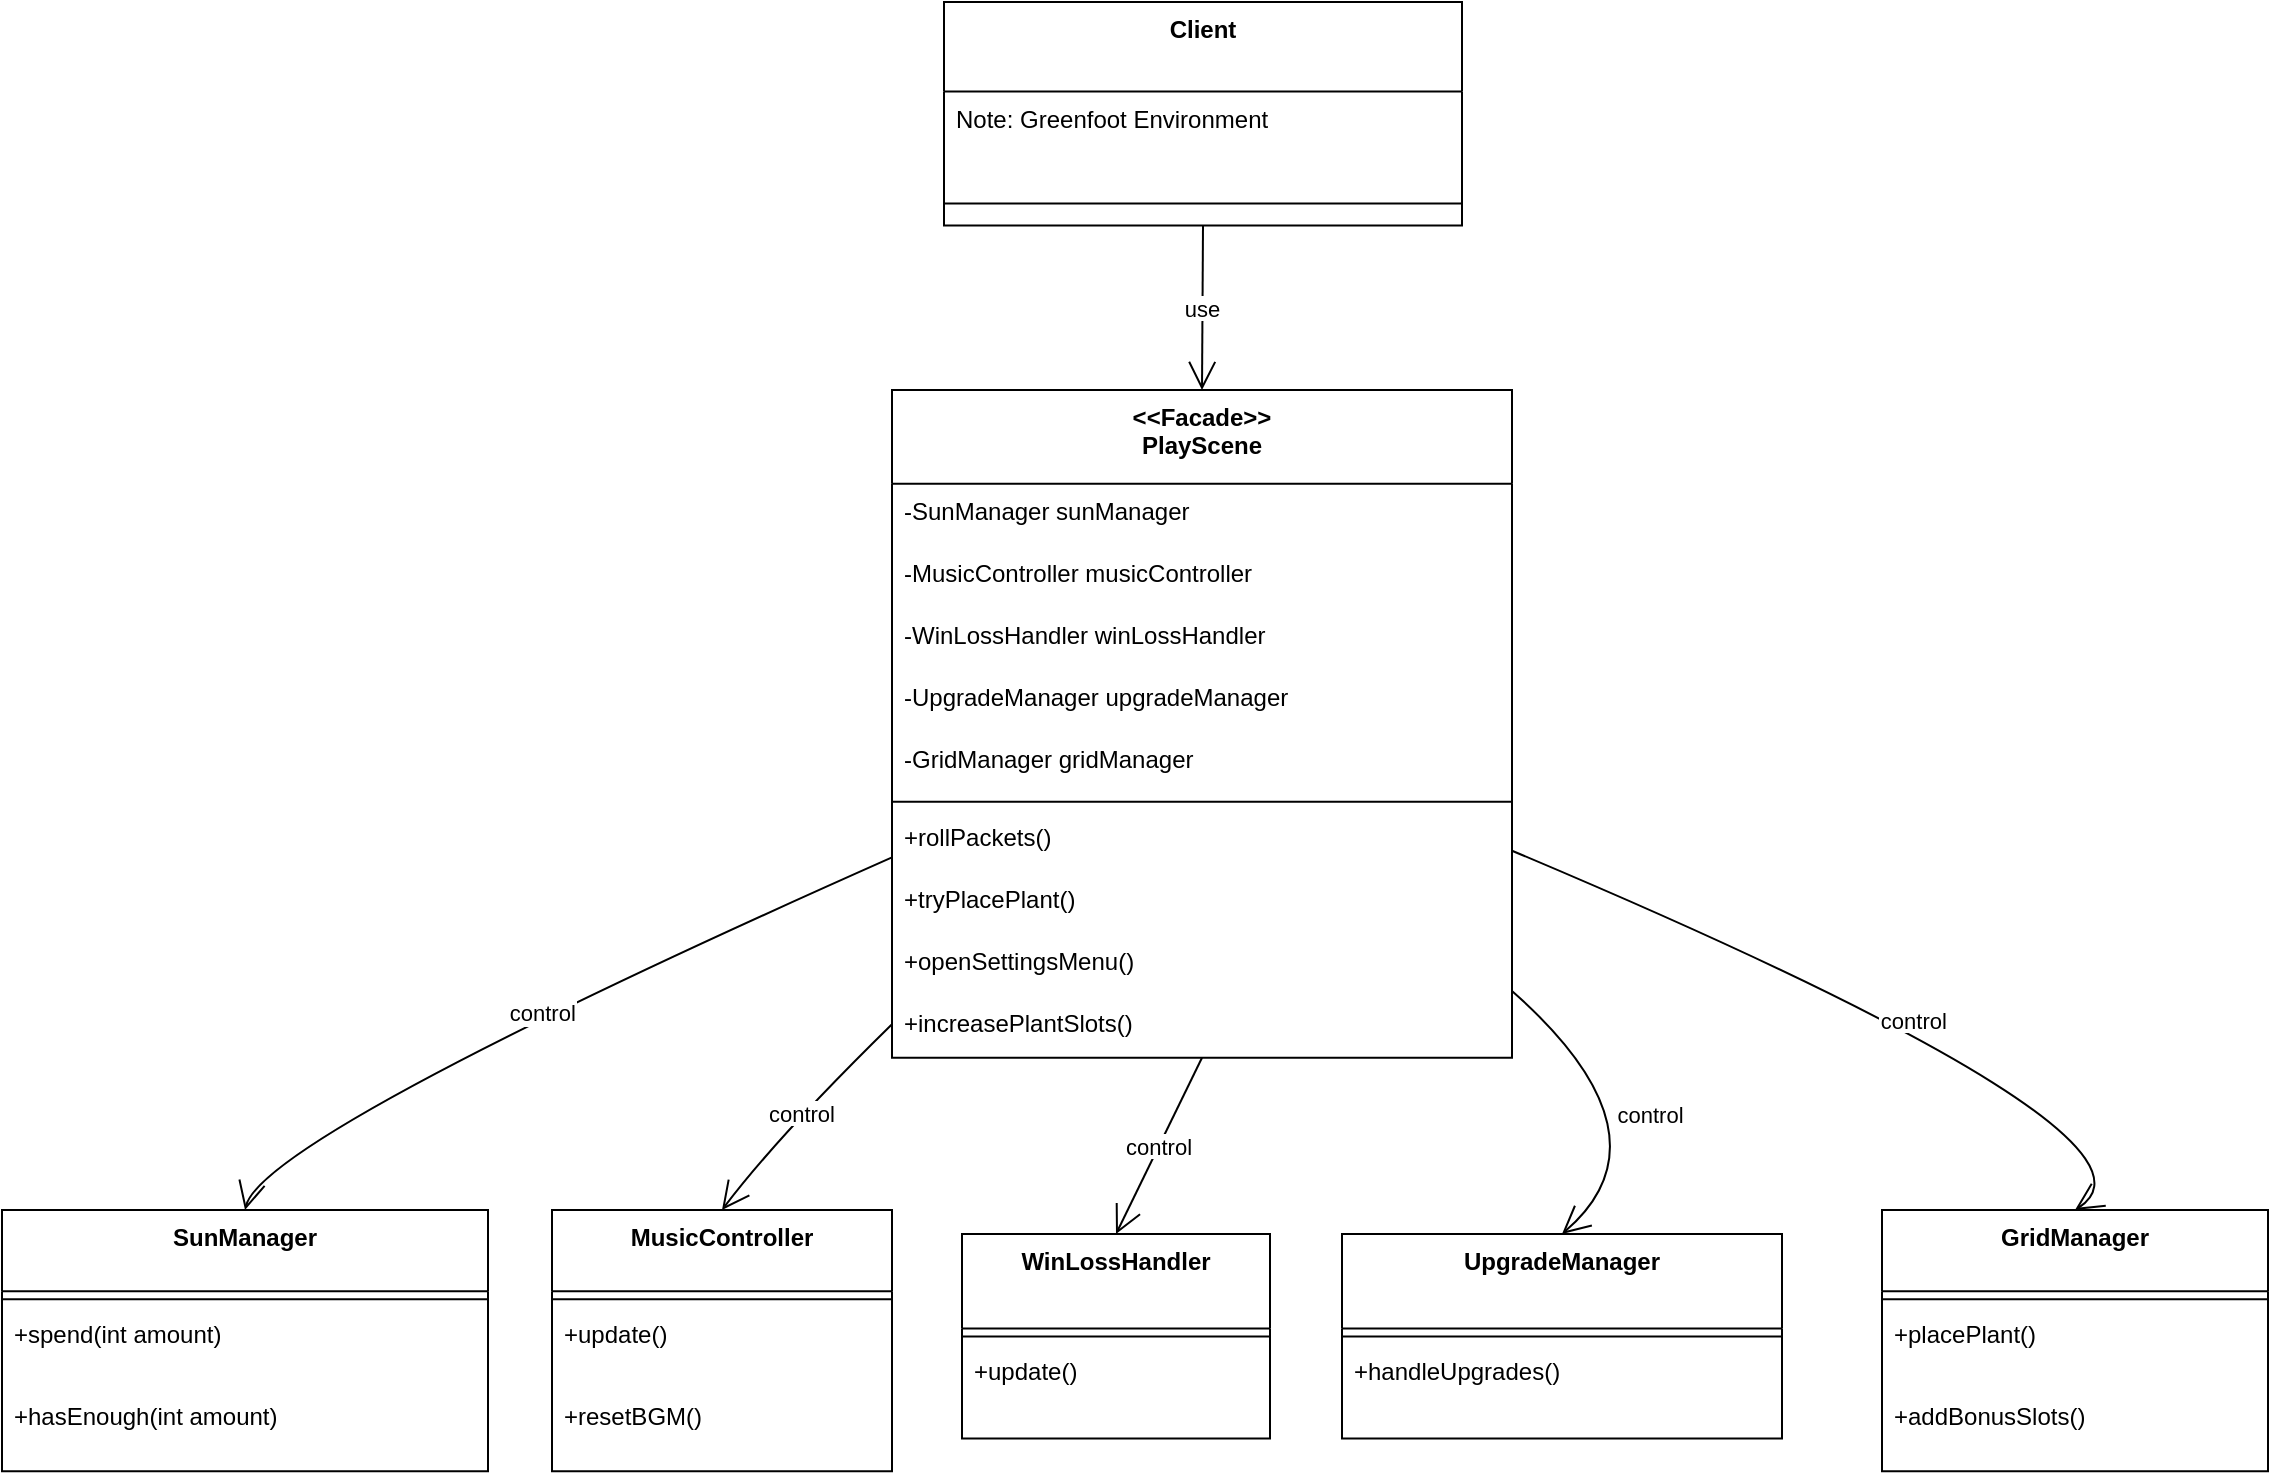
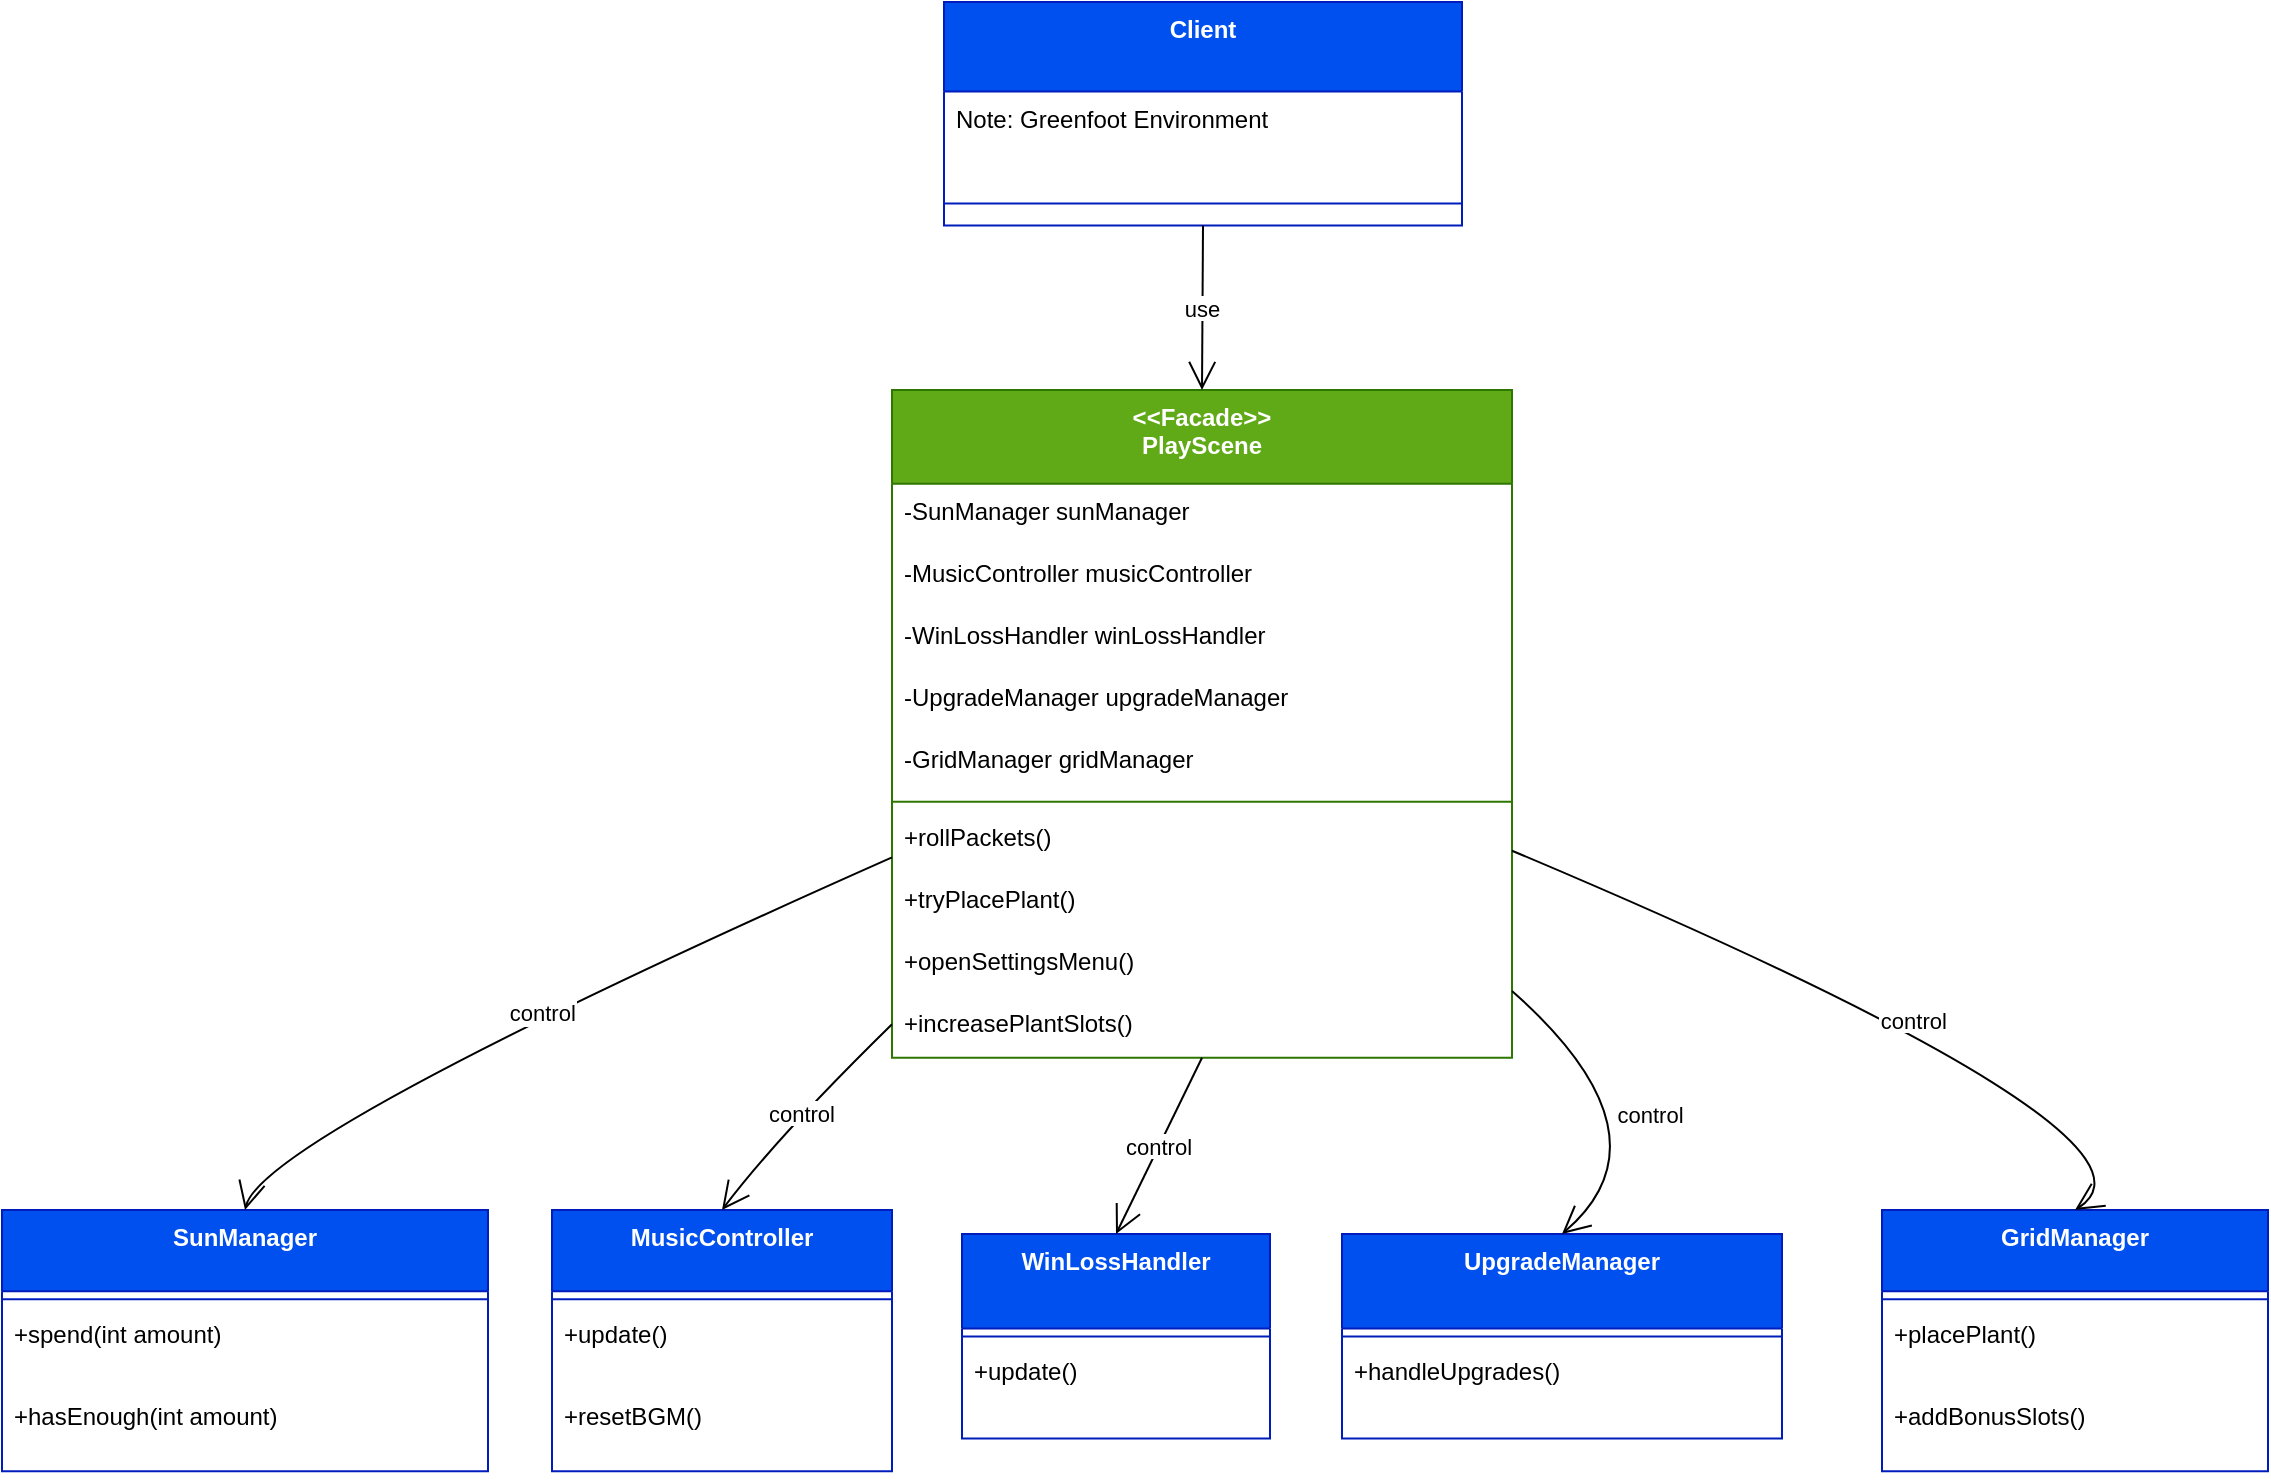
<mxfile host="Electron" agent="Mozilla/5.0 (Windows NT 10.0; Win64; x64) AppleWebKit/537.36 (KHTML, like Gecko) draw.io/29.0.3 Chrome/140.0.7339.249 Electron/38.7.0 Safari/537.36" version="29.0.3">
  <diagram name="Page-1" id="mMmIyY0FYkspF3qQgtqP">
-     <mxGraphModel dx="906" dy="544" grid="1" gridSize="10" guides="1" tooltips="1" connect="1" arrows="1" fold="1" page="1" pageScale="1" pageWidth="583" pageHeight="827" math="0" shadow="0">
+     <mxGraphModel dx="1209" dy="719" grid="1" gridSize="10" guides="1" tooltips="1" connect="1" arrows="1" fold="1" page="1" pageScale="1" pageWidth="583" pageHeight="827" math="0" shadow="0">
      <root>
        <mxCell id="0" />
        <mxCell id="1" parent="0" />
-         <mxCell id="8HZGV4tDgB-MBp7csrcl-1" value="&lt;&lt;Facade&gt;&gt;&#xa;PlayScene" style="swimlane;fontStyle=1;align=center;verticalAlign=top;childLayout=stackLayout;horizontal=1;startSize=46.857142857142854;horizontalStack=0;resizeParent=1;resizeParentMax=0;resizeLast=0;collapsible=0;marginBottom=0;" vertex="1" parent="1">
+         <mxCell id="8HZGV4tDgB-MBp7csrcl-1" value="&lt;&lt;Facade&gt;&gt;&#xa;PlayScene" style="swimlane;fontStyle=1;align=center;verticalAlign=top;childLayout=stackLayout;horizontal=1;startSize=46.857142857142854;horizontalStack=0;resizeParent=1;resizeParentMax=0;resizeLast=0;collapsible=0;marginBottom=0;fillColor=#60a917;fontColor=#ffffff;strokeColor=#2D7600;" parent="1" vertex="1">
          <mxGeometry x="455" y="214" width="310" height="333.8571428571429" as="geometry" />
        </mxCell>
-         <mxCell id="8HZGV4tDgB-MBp7csrcl-2" value="-SunManager sunManager" style="text;strokeColor=none;fillColor=none;align=left;verticalAlign=top;spacingLeft=4;spacingRight=4;overflow=hidden;rotatable=0;points=[[0,0.5],[1,0.5]];portConstraint=eastwest;" vertex="1" parent="8HZGV4tDgB-MBp7csrcl-1">
+         <mxCell id="8HZGV4tDgB-MBp7csrcl-2" value="-SunManager sunManager" style="text;strokeColor=none;fillColor=none;align=left;verticalAlign=top;spacingLeft=4;spacingRight=4;overflow=hidden;rotatable=0;points=[[0,0.5],[1,0.5]];portConstraint=eastwest;" parent="8HZGV4tDgB-MBp7csrcl-1" vertex="1">
          <mxGeometry y="46.857142857142854" width="310" height="31" as="geometry" />
        </mxCell>
-         <mxCell id="8HZGV4tDgB-MBp7csrcl-3" value="-MusicController musicController" style="text;strokeColor=none;fillColor=none;align=left;verticalAlign=top;spacingLeft=4;spacingRight=4;overflow=hidden;rotatable=0;points=[[0,0.5],[1,0.5]];portConstraint=eastwest;" vertex="1" parent="8HZGV4tDgB-MBp7csrcl-1">
+         <mxCell id="8HZGV4tDgB-MBp7csrcl-3" value="-MusicController musicController" style="text;strokeColor=none;fillColor=none;align=left;verticalAlign=top;spacingLeft=4;spacingRight=4;overflow=hidden;rotatable=0;points=[[0,0.5],[1,0.5]];portConstraint=eastwest;" parent="8HZGV4tDgB-MBp7csrcl-1" vertex="1">
          <mxGeometry y="77.85714285714286" width="310" height="31" as="geometry" />
        </mxCell>
-         <mxCell id="8HZGV4tDgB-MBp7csrcl-4" value="-WinLossHandler winLossHandler" style="text;strokeColor=none;fillColor=none;align=left;verticalAlign=top;spacingLeft=4;spacingRight=4;overflow=hidden;rotatable=0;points=[[0,0.5],[1,0.5]];portConstraint=eastwest;" vertex="1" parent="8HZGV4tDgB-MBp7csrcl-1">
+         <mxCell id="8HZGV4tDgB-MBp7csrcl-4" value="-WinLossHandler winLossHandler" style="text;strokeColor=none;fillColor=none;align=left;verticalAlign=top;spacingLeft=4;spacingRight=4;overflow=hidden;rotatable=0;points=[[0,0.5],[1,0.5]];portConstraint=eastwest;" parent="8HZGV4tDgB-MBp7csrcl-1" vertex="1">
          <mxGeometry y="108.85714285714286" width="310" height="31" as="geometry" />
        </mxCell>
-         <mxCell id="8HZGV4tDgB-MBp7csrcl-5" value="-UpgradeManager upgradeManager" style="text;strokeColor=none;fillColor=none;align=left;verticalAlign=top;spacingLeft=4;spacingRight=4;overflow=hidden;rotatable=0;points=[[0,0.5],[1,0.5]];portConstraint=eastwest;" vertex="1" parent="8HZGV4tDgB-MBp7csrcl-1">
+         <mxCell id="8HZGV4tDgB-MBp7csrcl-5" value="-UpgradeManager upgradeManager" style="text;strokeColor=none;fillColor=none;align=left;verticalAlign=top;spacingLeft=4;spacingRight=4;overflow=hidden;rotatable=0;points=[[0,0.5],[1,0.5]];portConstraint=eastwest;" parent="8HZGV4tDgB-MBp7csrcl-1" vertex="1">
          <mxGeometry y="139.85714285714286" width="310" height="31" as="geometry" />
        </mxCell>
-         <mxCell id="8HZGV4tDgB-MBp7csrcl-6" value="-GridManager gridManager" style="text;strokeColor=none;fillColor=none;align=left;verticalAlign=top;spacingLeft=4;spacingRight=4;overflow=hidden;rotatable=0;points=[[0,0.5],[1,0.5]];portConstraint=eastwest;" vertex="1" parent="8HZGV4tDgB-MBp7csrcl-1">
+         <mxCell id="8HZGV4tDgB-MBp7csrcl-6" value="-GridManager gridManager" style="text;strokeColor=none;fillColor=none;align=left;verticalAlign=top;spacingLeft=4;spacingRight=4;overflow=hidden;rotatable=0;points=[[0,0.5],[1,0.5]];portConstraint=eastwest;" parent="8HZGV4tDgB-MBp7csrcl-1" vertex="1">
          <mxGeometry y="170.85714285714286" width="310" height="31" as="geometry" />
        </mxCell>
-         <mxCell id="8HZGV4tDgB-MBp7csrcl-7" style="line;strokeWidth=1;fillColor=none;align=left;verticalAlign=middle;spacingTop=-1;spacingLeft=3;spacingRight=3;rotatable=0;labelPosition=right;points=[];portConstraint=eastwest;strokeColor=inherit;" vertex="1" parent="8HZGV4tDgB-MBp7csrcl-1">
+         <mxCell id="8HZGV4tDgB-MBp7csrcl-7" style="line;strokeWidth=1;fillColor=none;align=left;verticalAlign=middle;spacingTop=-1;spacingLeft=3;spacingRight=3;rotatable=0;labelPosition=right;points=[];portConstraint=eastwest;strokeColor=inherit;" parent="8HZGV4tDgB-MBp7csrcl-1" vertex="1">
          <mxGeometry y="201.85714285714286" width="310" height="8" as="geometry" />
        </mxCell>
-         <mxCell id="8HZGV4tDgB-MBp7csrcl-8" value="+rollPackets()" style="text;strokeColor=none;fillColor=none;align=left;verticalAlign=top;spacingLeft=4;spacingRight=4;overflow=hidden;rotatable=0;points=[[0,0.5],[1,0.5]];portConstraint=eastwest;" vertex="1" parent="8HZGV4tDgB-MBp7csrcl-1">
+         <mxCell id="8HZGV4tDgB-MBp7csrcl-8" value="+rollPackets()" style="text;strokeColor=none;fillColor=none;align=left;verticalAlign=top;spacingLeft=4;spacingRight=4;overflow=hidden;rotatable=0;points=[[0,0.5],[1,0.5]];portConstraint=eastwest;" parent="8HZGV4tDgB-MBp7csrcl-1" vertex="1">
          <mxGeometry y="209.85714285714286" width="310" height="31" as="geometry" />
        </mxCell>
-         <mxCell id="8HZGV4tDgB-MBp7csrcl-9" value="+tryPlacePlant()" style="text;strokeColor=none;fillColor=none;align=left;verticalAlign=top;spacingLeft=4;spacingRight=4;overflow=hidden;rotatable=0;points=[[0,0.5],[1,0.5]];portConstraint=eastwest;" vertex="1" parent="8HZGV4tDgB-MBp7csrcl-1">
+         <mxCell id="8HZGV4tDgB-MBp7csrcl-9" value="+tryPlacePlant()" style="text;strokeColor=none;fillColor=none;align=left;verticalAlign=top;spacingLeft=4;spacingRight=4;overflow=hidden;rotatable=0;points=[[0,0.5],[1,0.5]];portConstraint=eastwest;" parent="8HZGV4tDgB-MBp7csrcl-1" vertex="1">
          <mxGeometry y="240.85714285714286" width="310" height="31" as="geometry" />
        </mxCell>
-         <mxCell id="8HZGV4tDgB-MBp7csrcl-10" value="+openSettingsMenu()" style="text;strokeColor=none;fillColor=none;align=left;verticalAlign=top;spacingLeft=4;spacingRight=4;overflow=hidden;rotatable=0;points=[[0,0.5],[1,0.5]];portConstraint=eastwest;" vertex="1" parent="8HZGV4tDgB-MBp7csrcl-1">
+         <mxCell id="8HZGV4tDgB-MBp7csrcl-10" value="+openSettingsMenu()" style="text;strokeColor=none;fillColor=none;align=left;verticalAlign=top;spacingLeft=4;spacingRight=4;overflow=hidden;rotatable=0;points=[[0,0.5],[1,0.5]];portConstraint=eastwest;" parent="8HZGV4tDgB-MBp7csrcl-1" vertex="1">
          <mxGeometry y="271.8571428571429" width="310" height="31" as="geometry" />
        </mxCell>
-         <mxCell id="8HZGV4tDgB-MBp7csrcl-11" value="+increasePlantSlots()" style="text;strokeColor=none;fillColor=none;align=left;verticalAlign=top;spacingLeft=4;spacingRight=4;overflow=hidden;rotatable=0;points=[[0,0.5],[1,0.5]];portConstraint=eastwest;" vertex="1" parent="8HZGV4tDgB-MBp7csrcl-1">
+         <mxCell id="8HZGV4tDgB-MBp7csrcl-11" value="+increasePlantSlots()" style="text;strokeColor=none;fillColor=none;align=left;verticalAlign=top;spacingLeft=4;spacingRight=4;overflow=hidden;rotatable=0;points=[[0,0.5],[1,0.5]];portConstraint=eastwest;" parent="8HZGV4tDgB-MBp7csrcl-1" vertex="1">
          <mxGeometry y="302.8571428571429" width="310" height="31" as="geometry" />
        </mxCell>
-         <mxCell id="8HZGV4tDgB-MBp7csrcl-12" value="SunManager" style="swimlane;fontStyle=1;align=center;verticalAlign=top;childLayout=stackLayout;horizontal=1;startSize=40.57142857142857;horizontalStack=0;resizeParent=1;resizeParentMax=0;resizeLast=0;collapsible=0;marginBottom=0;" vertex="1" parent="1">
+         <mxCell id="8HZGV4tDgB-MBp7csrcl-12" value="SunManager" style="swimlane;fontStyle=1;align=center;verticalAlign=top;childLayout=stackLayout;horizontal=1;startSize=40.57142857142857;horizontalStack=0;resizeParent=1;resizeParentMax=0;resizeLast=0;collapsible=0;marginBottom=0;fillColor=#0050ef;fontColor=#ffffff;strokeColor=#001DBC;" parent="1" vertex="1">
          <mxGeometry x="10" y="624" width="243" height="130.57142857142856" as="geometry" />
        </mxCell>
-         <mxCell id="8HZGV4tDgB-MBp7csrcl-13" style="line;strokeWidth=1;fillColor=none;align=left;verticalAlign=middle;spacingTop=-1;spacingLeft=3;spacingRight=3;rotatable=0;labelPosition=right;points=[];portConstraint=eastwest;strokeColor=inherit;" vertex="1" parent="8HZGV4tDgB-MBp7csrcl-12">
+         <mxCell id="8HZGV4tDgB-MBp7csrcl-13" style="line;strokeWidth=1;fillColor=none;align=left;verticalAlign=middle;spacingTop=-1;spacingLeft=3;spacingRight=3;rotatable=0;labelPosition=right;points=[];portConstraint=eastwest;strokeColor=inherit;" parent="8HZGV4tDgB-MBp7csrcl-12" vertex="1">
          <mxGeometry y="40.57142857142857" width="243" height="8" as="geometry" />
        </mxCell>
-         <mxCell id="8HZGV4tDgB-MBp7csrcl-14" value="+spend(int amount)" style="text;strokeColor=none;fillColor=none;align=left;verticalAlign=top;spacingLeft=4;spacingRight=4;overflow=hidden;rotatable=0;points=[[0,0.5],[1,0.5]];portConstraint=eastwest;" vertex="1" parent="8HZGV4tDgB-MBp7csrcl-12">
+         <mxCell id="8HZGV4tDgB-MBp7csrcl-14" value="+spend(int amount)" style="text;strokeColor=none;fillColor=none;align=left;verticalAlign=top;spacingLeft=4;spacingRight=4;overflow=hidden;rotatable=0;points=[[0,0.5],[1,0.5]];portConstraint=eastwest;" parent="8HZGV4tDgB-MBp7csrcl-12" vertex="1">
          <mxGeometry y="48.57142857142857" width="243" height="41" as="geometry" />
        </mxCell>
-         <mxCell id="8HZGV4tDgB-MBp7csrcl-15" value="+hasEnough(int amount)" style="text;strokeColor=none;fillColor=none;align=left;verticalAlign=top;spacingLeft=4;spacingRight=4;overflow=hidden;rotatable=0;points=[[0,0.5],[1,0.5]];portConstraint=eastwest;" vertex="1" parent="8HZGV4tDgB-MBp7csrcl-12">
+         <mxCell id="8HZGV4tDgB-MBp7csrcl-15" value="+hasEnough(int amount)" style="text;strokeColor=none;fillColor=none;align=left;verticalAlign=top;spacingLeft=4;spacingRight=4;overflow=hidden;rotatable=0;points=[[0,0.5],[1,0.5]];portConstraint=eastwest;" parent="8HZGV4tDgB-MBp7csrcl-12" vertex="1">
          <mxGeometry y="89.57142857142857" width="243" height="41" as="geometry" />
        </mxCell>
-         <mxCell id="8HZGV4tDgB-MBp7csrcl-16" value="MusicController" style="swimlane;fontStyle=1;align=center;verticalAlign=top;childLayout=stackLayout;horizontal=1;startSize=40.57142857142857;horizontalStack=0;resizeParent=1;resizeParentMax=0;resizeLast=0;collapsible=0;marginBottom=0;" vertex="1" parent="1">
+         <mxCell id="8HZGV4tDgB-MBp7csrcl-16" value="MusicController" style="swimlane;fontStyle=1;align=center;verticalAlign=top;childLayout=stackLayout;horizontal=1;startSize=40.57142857142857;horizontalStack=0;resizeParent=1;resizeParentMax=0;resizeLast=0;collapsible=0;marginBottom=0;fillColor=#0050ef;fontColor=#ffffff;strokeColor=#001DBC;" parent="1" vertex="1">
          <mxGeometry x="285" y="624" width="170" height="130.57142857142856" as="geometry" />
        </mxCell>
-         <mxCell id="8HZGV4tDgB-MBp7csrcl-17" style="line;strokeWidth=1;fillColor=none;align=left;verticalAlign=middle;spacingTop=-1;spacingLeft=3;spacingRight=3;rotatable=0;labelPosition=right;points=[];portConstraint=eastwest;strokeColor=inherit;" vertex="1" parent="8HZGV4tDgB-MBp7csrcl-16">
+         <mxCell id="8HZGV4tDgB-MBp7csrcl-17" style="line;strokeWidth=1;fillColor=none;align=left;verticalAlign=middle;spacingTop=-1;spacingLeft=3;spacingRight=3;rotatable=0;labelPosition=right;points=[];portConstraint=eastwest;strokeColor=inherit;" parent="8HZGV4tDgB-MBp7csrcl-16" vertex="1">
          <mxGeometry y="40.57142857142857" width="170" height="8" as="geometry" />
        </mxCell>
-         <mxCell id="8HZGV4tDgB-MBp7csrcl-18" value="+update()" style="text;strokeColor=none;fillColor=none;align=left;verticalAlign=top;spacingLeft=4;spacingRight=4;overflow=hidden;rotatable=0;points=[[0,0.5],[1,0.5]];portConstraint=eastwest;" vertex="1" parent="8HZGV4tDgB-MBp7csrcl-16">
+         <mxCell id="8HZGV4tDgB-MBp7csrcl-18" value="+update()" style="text;strokeColor=none;fillColor=none;align=left;verticalAlign=top;spacingLeft=4;spacingRight=4;overflow=hidden;rotatable=0;points=[[0,0.5],[1,0.5]];portConstraint=eastwest;" parent="8HZGV4tDgB-MBp7csrcl-16" vertex="1">
          <mxGeometry y="48.57142857142857" width="170" height="41" as="geometry" />
        </mxCell>
-         <mxCell id="8HZGV4tDgB-MBp7csrcl-19" value="+resetBGM()" style="text;strokeColor=none;fillColor=none;align=left;verticalAlign=top;spacingLeft=4;spacingRight=4;overflow=hidden;rotatable=0;points=[[0,0.5],[1,0.5]];portConstraint=eastwest;" vertex="1" parent="8HZGV4tDgB-MBp7csrcl-16">
+         <mxCell id="8HZGV4tDgB-MBp7csrcl-19" value="+resetBGM()" style="text;strokeColor=none;fillColor=none;align=left;verticalAlign=top;spacingLeft=4;spacingRight=4;overflow=hidden;rotatable=0;points=[[0,0.5],[1,0.5]];portConstraint=eastwest;" parent="8HZGV4tDgB-MBp7csrcl-16" vertex="1">
          <mxGeometry y="89.57142857142857" width="170" height="41" as="geometry" />
        </mxCell>
-         <mxCell id="8HZGV4tDgB-MBp7csrcl-20" value="WinLossHandler" style="swimlane;fontStyle=1;align=center;verticalAlign=top;childLayout=stackLayout;horizontal=1;startSize=47.2;horizontalStack=0;resizeParent=1;resizeParentMax=0;resizeLast=0;collapsible=0;marginBottom=0;" vertex="1" parent="1">
+         <mxCell id="8HZGV4tDgB-MBp7csrcl-20" value="WinLossHandler" style="swimlane;fontStyle=1;align=center;verticalAlign=top;childLayout=stackLayout;horizontal=1;startSize=47.2;horizontalStack=0;resizeParent=1;resizeParentMax=0;resizeLast=0;collapsible=0;marginBottom=0;fillColor=#0050ef;fontColor=#ffffff;strokeColor=#001DBC;" parent="1" vertex="1">
          <mxGeometry x="490" y="636" width="154" height="102.2" as="geometry" />
        </mxCell>
-         <mxCell id="8HZGV4tDgB-MBp7csrcl-21" style="line;strokeWidth=1;fillColor=none;align=left;verticalAlign=middle;spacingTop=-1;spacingLeft=3;spacingRight=3;rotatable=0;labelPosition=right;points=[];portConstraint=eastwest;strokeColor=inherit;" vertex="1" parent="8HZGV4tDgB-MBp7csrcl-20">
+         <mxCell id="8HZGV4tDgB-MBp7csrcl-21" style="line;strokeWidth=1;fillColor=none;align=left;verticalAlign=middle;spacingTop=-1;spacingLeft=3;spacingRight=3;rotatable=0;labelPosition=right;points=[];portConstraint=eastwest;strokeColor=inherit;" parent="8HZGV4tDgB-MBp7csrcl-20" vertex="1">
          <mxGeometry y="47.2" width="154" height="8" as="geometry" />
        </mxCell>
-         <mxCell id="8HZGV4tDgB-MBp7csrcl-22" value="+update()" style="text;strokeColor=none;fillColor=none;align=left;verticalAlign=top;spacingLeft=4;spacingRight=4;overflow=hidden;rotatable=0;points=[[0,0.5],[1,0.5]];portConstraint=eastwest;" vertex="1" parent="8HZGV4tDgB-MBp7csrcl-20">
+         <mxCell id="8HZGV4tDgB-MBp7csrcl-22" value="+update()" style="text;strokeColor=none;fillColor=none;align=left;verticalAlign=top;spacingLeft=4;spacingRight=4;overflow=hidden;rotatable=0;points=[[0,0.5],[1,0.5]];portConstraint=eastwest;" parent="8HZGV4tDgB-MBp7csrcl-20" vertex="1">
          <mxGeometry y="55.2" width="154" height="47" as="geometry" />
        </mxCell>
-         <mxCell id="8HZGV4tDgB-MBp7csrcl-23" value="UpgradeManager" style="swimlane;fontStyle=1;align=center;verticalAlign=top;childLayout=stackLayout;horizontal=1;startSize=47.2;horizontalStack=0;resizeParent=1;resizeParentMax=0;resizeLast=0;collapsible=0;marginBottom=0;" vertex="1" parent="1">
+         <mxCell id="8HZGV4tDgB-MBp7csrcl-23" value="UpgradeManager" style="swimlane;fontStyle=1;align=center;verticalAlign=top;childLayout=stackLayout;horizontal=1;startSize=47.2;horizontalStack=0;resizeParent=1;resizeParentMax=0;resizeLast=0;collapsible=0;marginBottom=0;fillColor=#0050ef;fontColor=#ffffff;strokeColor=#001DBC;" parent="1" vertex="1">
          <mxGeometry x="680" y="636" width="220" height="102.2" as="geometry" />
        </mxCell>
-         <mxCell id="8HZGV4tDgB-MBp7csrcl-24" style="line;strokeWidth=1;fillColor=none;align=left;verticalAlign=middle;spacingTop=-1;spacingLeft=3;spacingRight=3;rotatable=0;labelPosition=right;points=[];portConstraint=eastwest;strokeColor=inherit;" vertex="1" parent="8HZGV4tDgB-MBp7csrcl-23">
+         <mxCell id="8HZGV4tDgB-MBp7csrcl-24" style="line;strokeWidth=1;fillColor=none;align=left;verticalAlign=middle;spacingTop=-1;spacingLeft=3;spacingRight=3;rotatable=0;labelPosition=right;points=[];portConstraint=eastwest;strokeColor=inherit;" parent="8HZGV4tDgB-MBp7csrcl-23" vertex="1">
          <mxGeometry y="47.2" width="220" height="8" as="geometry" />
        </mxCell>
-         <mxCell id="8HZGV4tDgB-MBp7csrcl-25" value="+handleUpgrades()" style="text;strokeColor=none;fillColor=none;align=left;verticalAlign=top;spacingLeft=4;spacingRight=4;overflow=hidden;rotatable=0;points=[[0,0.5],[1,0.5]];portConstraint=eastwest;" vertex="1" parent="8HZGV4tDgB-MBp7csrcl-23">
+         <mxCell id="8HZGV4tDgB-MBp7csrcl-25" value="+handleUpgrades()" style="text;strokeColor=none;fillColor=none;align=left;verticalAlign=top;spacingLeft=4;spacingRight=4;overflow=hidden;rotatable=0;points=[[0,0.5],[1,0.5]];portConstraint=eastwest;" parent="8HZGV4tDgB-MBp7csrcl-23" vertex="1">
          <mxGeometry y="55.2" width="220" height="47" as="geometry" />
        </mxCell>
-         <mxCell id="8HZGV4tDgB-MBp7csrcl-26" value="GridManager" style="swimlane;fontStyle=1;align=center;verticalAlign=top;childLayout=stackLayout;horizontal=1;startSize=40.57142857142857;horizontalStack=0;resizeParent=1;resizeParentMax=0;resizeLast=0;collapsible=0;marginBottom=0;" vertex="1" parent="1">
+         <mxCell id="8HZGV4tDgB-MBp7csrcl-26" value="GridManager" style="swimlane;fontStyle=1;align=center;verticalAlign=top;childLayout=stackLayout;horizontal=1;startSize=40.57142857142857;horizontalStack=0;resizeParent=1;resizeParentMax=0;resizeLast=0;collapsible=0;marginBottom=0;fillColor=#0050ef;fontColor=#ffffff;strokeColor=#001DBC;" parent="1" vertex="1">
          <mxGeometry x="950" y="624" width="193" height="130.57142857142856" as="geometry" />
        </mxCell>
-         <mxCell id="8HZGV4tDgB-MBp7csrcl-27" style="line;strokeWidth=1;fillColor=none;align=left;verticalAlign=middle;spacingTop=-1;spacingLeft=3;spacingRight=3;rotatable=0;labelPosition=right;points=[];portConstraint=eastwest;strokeColor=inherit;" vertex="1" parent="8HZGV4tDgB-MBp7csrcl-26">
+         <mxCell id="8HZGV4tDgB-MBp7csrcl-27" style="line;strokeWidth=1;fillColor=none;align=left;verticalAlign=middle;spacingTop=-1;spacingLeft=3;spacingRight=3;rotatable=0;labelPosition=right;points=[];portConstraint=eastwest;strokeColor=inherit;" parent="8HZGV4tDgB-MBp7csrcl-26" vertex="1">
          <mxGeometry y="40.57142857142857" width="193" height="8" as="geometry" />
        </mxCell>
-         <mxCell id="8HZGV4tDgB-MBp7csrcl-28" value="+placePlant()" style="text;strokeColor=none;fillColor=none;align=left;verticalAlign=top;spacingLeft=4;spacingRight=4;overflow=hidden;rotatable=0;points=[[0,0.5],[1,0.5]];portConstraint=eastwest;" vertex="1" parent="8HZGV4tDgB-MBp7csrcl-26">
+         <mxCell id="8HZGV4tDgB-MBp7csrcl-28" value="+placePlant()" style="text;strokeColor=none;fillColor=none;align=left;verticalAlign=top;spacingLeft=4;spacingRight=4;overflow=hidden;rotatable=0;points=[[0,0.5],[1,0.5]];portConstraint=eastwest;" parent="8HZGV4tDgB-MBp7csrcl-26" vertex="1">
          <mxGeometry y="48.57142857142857" width="193" height="41" as="geometry" />
        </mxCell>
-         <mxCell id="8HZGV4tDgB-MBp7csrcl-29" value="+addBonusSlots()" style="text;strokeColor=none;fillColor=none;align=left;verticalAlign=top;spacingLeft=4;spacingRight=4;overflow=hidden;rotatable=0;points=[[0,0.5],[1,0.5]];portConstraint=eastwest;" vertex="1" parent="8HZGV4tDgB-MBp7csrcl-26">
+         <mxCell id="8HZGV4tDgB-MBp7csrcl-29" value="+addBonusSlots()" style="text;strokeColor=none;fillColor=none;align=left;verticalAlign=top;spacingLeft=4;spacingRight=4;overflow=hidden;rotatable=0;points=[[0,0.5],[1,0.5]];portConstraint=eastwest;" parent="8HZGV4tDgB-MBp7csrcl-26" vertex="1">
          <mxGeometry y="89.57142857142857" width="193" height="41" as="geometry" />
        </mxCell>
-         <mxCell id="8HZGV4tDgB-MBp7csrcl-30" value="Client" style="swimlane;fontStyle=1;align=center;verticalAlign=top;childLayout=stackLayout;horizontal=1;startSize=44.8;horizontalStack=0;resizeParent=1;resizeParentMax=0;resizeLast=0;collapsible=0;marginBottom=0;" vertex="1" parent="1">
+         <mxCell id="8HZGV4tDgB-MBp7csrcl-30" value="Client" style="swimlane;fontStyle=1;align=center;verticalAlign=top;childLayout=stackLayout;horizontal=1;startSize=44.8;horizontalStack=0;resizeParent=1;resizeParentMax=0;resizeLast=0;collapsible=0;marginBottom=0;fillColor=#0050ef;fontColor=#ffffff;strokeColor=#001DBC;" parent="1" vertex="1">
          <mxGeometry x="481" y="20" width="259" height="111.8" as="geometry" />
        </mxCell>
-         <mxCell id="8HZGV4tDgB-MBp7csrcl-31" value="Note: Greenfoot Environment" style="text;strokeColor=none;fillColor=none;align=left;verticalAlign=top;spacingLeft=4;spacingRight=4;overflow=hidden;rotatable=0;points=[[0,0.5],[1,0.5]];portConstraint=eastwest;" vertex="1" parent="8HZGV4tDgB-MBp7csrcl-30">
+         <mxCell id="8HZGV4tDgB-MBp7csrcl-31" value="Note: Greenfoot Environment" style="text;strokeColor=none;fillColor=none;align=left;verticalAlign=top;spacingLeft=4;spacingRight=4;overflow=hidden;rotatable=0;points=[[0,0.5],[1,0.5]];portConstraint=eastwest;" parent="8HZGV4tDgB-MBp7csrcl-30" vertex="1">
          <mxGeometry y="44.8" width="259" height="45" as="geometry" />
        </mxCell>
-         <mxCell id="8HZGV4tDgB-MBp7csrcl-32" style="line;strokeWidth=1;fillColor=none;align=left;verticalAlign=middle;spacingTop=-1;spacingLeft=3;spacingRight=3;rotatable=0;labelPosition=right;points=[];portConstraint=eastwest;strokeColor=inherit;" vertex="1" parent="8HZGV4tDgB-MBp7csrcl-30">
+         <mxCell id="8HZGV4tDgB-MBp7csrcl-32" style="line;strokeWidth=1;fillColor=none;align=left;verticalAlign=middle;spacingTop=-1;spacingLeft=3;spacingRight=3;rotatable=0;labelPosition=right;points=[];portConstraint=eastwest;strokeColor=inherit;" parent="8HZGV4tDgB-MBp7csrcl-30" vertex="1">
          <mxGeometry y="89.8" width="259" height="22" as="geometry" />
        </mxCell>
-         <mxCell id="8HZGV4tDgB-MBp7csrcl-33" value="use" style="curved=1;startArrow=none;endArrow=open;endSize=12;exitX=0.5;exitY=1;entryX=0.5;entryY=0;rounded=0;" edge="1" parent="1" source="8HZGV4tDgB-MBp7csrcl-30" target="8HZGV4tDgB-MBp7csrcl-1">
+         <mxCell id="8HZGV4tDgB-MBp7csrcl-33" value="use" style="curved=1;startArrow=none;endArrow=open;endSize=12;exitX=0.5;exitY=1;entryX=0.5;entryY=0;rounded=0;" parent="1" source="8HZGV4tDgB-MBp7csrcl-30" target="8HZGV4tDgB-MBp7csrcl-1" edge="1">
          <mxGeometry relative="1" as="geometry">
            <Array as="points" />
          </mxGeometry>
        </mxCell>
-         <mxCell id="8HZGV4tDgB-MBp7csrcl-34" value="control" style="curved=1;startArrow=none;endArrow=open;endSize=12;exitX=0;exitY=0.7;entryX=0.5;entryY=0;rounded=0;" edge="1" parent="1" source="8HZGV4tDgB-MBp7csrcl-1" target="8HZGV4tDgB-MBp7csrcl-12">
+         <mxCell id="8HZGV4tDgB-MBp7csrcl-34" value="control" style="curved=1;startArrow=none;endArrow=open;endSize=12;exitX=0;exitY=0.7;entryX=0.5;entryY=0;rounded=0;" parent="1" source="8HZGV4tDgB-MBp7csrcl-1" target="8HZGV4tDgB-MBp7csrcl-12" edge="1">
          <mxGeometry relative="1" as="geometry">
            <Array as="points">
              <mxPoint x="141" y="587" />
            </Array>
          </mxGeometry>
        </mxCell>
-         <mxCell id="8HZGV4tDgB-MBp7csrcl-35" value="control" style="curved=1;startArrow=none;endArrow=open;endSize=12;exitX=0;exitY=0.95;entryX=0.5;entryY=0;rounded=0;" edge="1" parent="1" source="8HZGV4tDgB-MBp7csrcl-1" target="8HZGV4tDgB-MBp7csrcl-16">
+         <mxCell id="8HZGV4tDgB-MBp7csrcl-35" value="control" style="curved=1;startArrow=none;endArrow=open;endSize=12;exitX=0;exitY=0.95;entryX=0.5;entryY=0;rounded=0;" parent="1" source="8HZGV4tDgB-MBp7csrcl-1" target="8HZGV4tDgB-MBp7csrcl-16" edge="1">
          <mxGeometry relative="1" as="geometry">
            <Array as="points">
              <mxPoint x="398" y="587" />
            </Array>
          </mxGeometry>
        </mxCell>
-         <mxCell id="8HZGV4tDgB-MBp7csrcl-36" value="control" style="curved=1;startArrow=none;endArrow=open;endSize=12;exitX=0.5;exitY=1;entryX=0.5;entryY=0;rounded=0;" edge="1" parent="1" source="8HZGV4tDgB-MBp7csrcl-1" target="8HZGV4tDgB-MBp7csrcl-20">
+         <mxCell id="8HZGV4tDgB-MBp7csrcl-36" value="control" style="curved=1;startArrow=none;endArrow=open;endSize=12;exitX=0.5;exitY=1;entryX=0.5;entryY=0;rounded=0;" parent="1" source="8HZGV4tDgB-MBp7csrcl-1" target="8HZGV4tDgB-MBp7csrcl-20" edge="1">
          <mxGeometry relative="1" as="geometry">
            <Array as="points" />
          </mxGeometry>
        </mxCell>
-         <mxCell id="8HZGV4tDgB-MBp7csrcl-37" value="control" style="curved=1;startArrow=none;endArrow=open;endSize=12;exitX=1;exitY=0.9;entryX=0.5;entryY=0;rounded=0;" edge="1" parent="1" source="8HZGV4tDgB-MBp7csrcl-1" target="8HZGV4tDgB-MBp7csrcl-23">
+         <mxCell id="8HZGV4tDgB-MBp7csrcl-37" value="control" style="curved=1;startArrow=none;endArrow=open;endSize=12;exitX=1;exitY=0.9;entryX=0.5;entryY=0;rounded=0;" parent="1" source="8HZGV4tDgB-MBp7csrcl-1" target="8HZGV4tDgB-MBp7csrcl-23" edge="1">
          <mxGeometry relative="1" as="geometry">
            <Array as="points">
              <mxPoint x="847" y="587" />
            </Array>
          </mxGeometry>
        </mxCell>
-         <mxCell id="8HZGV4tDgB-MBp7csrcl-38" value="control" style="curved=1;startArrow=none;endArrow=open;endSize=12;exitX=1;exitY=0.69;entryX=0.5;entryY=0;rounded=0;" edge="1" parent="1" source="8HZGV4tDgB-MBp7csrcl-1" target="8HZGV4tDgB-MBp7csrcl-26">
+         <mxCell id="8HZGV4tDgB-MBp7csrcl-38" value="control" style="curved=1;startArrow=none;endArrow=open;endSize=12;exitX=1;exitY=0.69;entryX=0.5;entryY=0;rounded=0;" parent="1" source="8HZGV4tDgB-MBp7csrcl-1" target="8HZGV4tDgB-MBp7csrcl-26" edge="1">
          <mxGeometry relative="1" as="geometry">
            <Array as="points">
              <mxPoint x="1104" y="587" />
            </Array>
          </mxGeometry>
        </mxCell>
      </root>
    </mxGraphModel>
  </diagram>
</mxfile>
